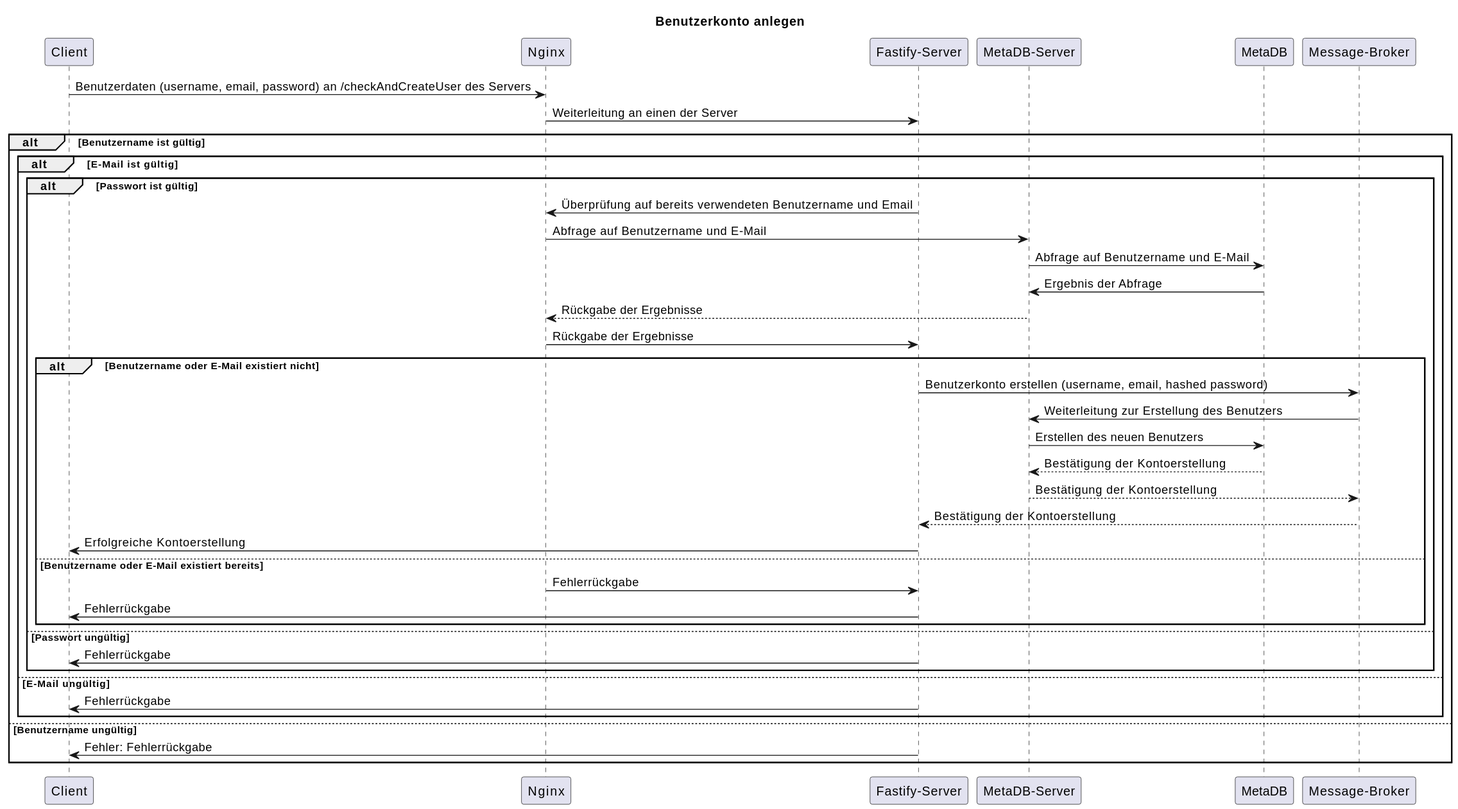
Before: documentation/create-account-sequence.svg, a diagram exported from PlantUML (TH-Projects/FileNest). The source it was exported from:
```plantuml
@startuml
title Benutzerkonto anlegen

participant "Client" as Client
participant "Nginx" as Nginx
participant "Fastify-Server" as Server
participant "MetaDB-Server" as MetaDBServer
participant "MetaDB" as MetaDB
participant "Message-Broker" as Broker

Client -> Nginx: Benutzerdaten (username, email, password) an /checkAndCreateUser des Servers
Nginx -> Server: Weiterleitung an einen der Server

alt Benutzername ist gültig
    alt E-Mail ist gültig
        alt Passwort ist gültig
            Server -> Nginx: Überprüfung auf bereits verwendeten Benutzername und Email
            Nginx -> MetaDBServer: Abfrage auf Benutzername und E-Mail
            MetaDBServer -> MetaDB: Abfrage auf Benutzername und E-Mail
            MetaDB -> MetaDBServer: Ergebnis der Abfrage
            MetaDBServer --> Nginx: Rückgabe der Ergebnisse
            Nginx -> Server: Rückgabe der Ergebnisse

            alt Benutzername oder E-Mail existiert nicht
                Server -> Broker: Benutzerkonto erstellen (username, email, hashed password)
                Broker -> MetaDBServer: Weiterleitung zur Erstellung des Benutzers
                MetaDBServer -> MetaDB: Erstellen des neuen Benutzers
                MetaDB --> MetaDBServer: Bestätigung der Kontoerstellung
                MetaDBServer --> Broker: Bestätigung der Kontoerstellung
                Broker --> Server: Bestätigung der Kontoerstellung

                Server -> Client: Erfolgreiche Kontoerstellung
            else Benutzername oder E-Mail existiert bereits
                Nginx -> Server: Fehlerrückgabe
                Server -> Client: Fehlerrückgabe
            end
        else Passwort ungültig
            Server -> Client: Fehlerrückgabe
        end
    else E-Mail ungültig
        Server -> Client: Fehlerrückgabe
    end
else Benutzername ungültig
    Server -> Client: Fehler: Fehlerrückgabe
end
@enduml
```
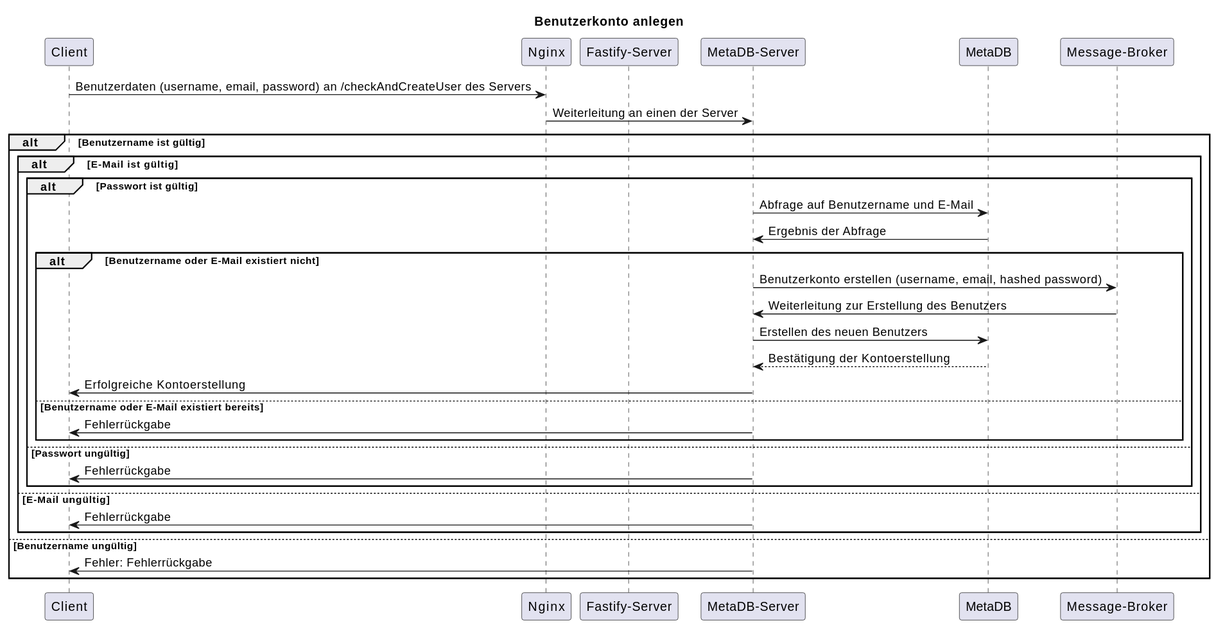
The same diagram one commit later.

Commit message:
Updated sequence diagramms

Change to the diagram source:
```diff
@@ -9,38 +9,30 @@
 participant "Message-Broker" as Broker
 
 Client -> Nginx: Benutzerdaten (username, email, password) an /checkAndCreateUser des Servers
-Nginx -> Server: Weiterleitung an einen der Server
+Nginx -> MetaDBServer: Weiterleitung an einen der Server
 
 alt Benutzername ist gültig
     alt E-Mail ist gültig
         alt Passwort ist gültig
-            Server -> Nginx: Überprüfung auf bereits verwendeten Benutzername und Email
-            Nginx -> MetaDBServer: Abfrage auf Benutzername und E-Mail
             MetaDBServer -> MetaDB: Abfrage auf Benutzername und E-Mail
             MetaDB -> MetaDBServer: Ergebnis der Abfrage
-            MetaDBServer --> Nginx: Rückgabe der Ergebnisse
-            Nginx -> Server: Rückgabe der Ergebnisse
 
             alt Benutzername oder E-Mail existiert nicht
-                Server -> Broker: Benutzerkonto erstellen (username, email, hashed password)
+                MetaDBServer -> Broker: Benutzerkonto erstellen (username, email, hashed password)
                 Broker -> MetaDBServer: Weiterleitung zur Erstellung des Benutzers
                 MetaDBServer -> MetaDB: Erstellen des neuen Benutzers
                 MetaDB --> MetaDBServer: Bestätigung der Kontoerstellung
-                MetaDBServer --> Broker: Bestätigung der Kontoerstellung
-                Broker --> Server: Bestätigung der Kontoerstellung
-
-                Server -> Client: Erfolgreiche Kontoerstellung
+                MetaDBServer -> Client: Erfolgreiche Kontoerstellung
             else Benutzername oder E-Mail existiert bereits
-                Nginx -> Server: Fehlerrückgabe
-                Server -> Client: Fehlerrückgabe
+                MetaDBServer -> Client: Fehlerrückgabe
             end
         else Passwort ungültig
-            Server -> Client: Fehlerrückgabe
+            MetaDBServer -> Client: Fehlerrückgabe
         end
     else E-Mail ungültig
-        Server -> Client: Fehlerrückgabe
+        MetaDBServer -> Client: Fehlerrückgabe
     end
 else Benutzername ungültig
-    Server -> Client: Fehler: Fehlerrückgabe
+    MetaDBServer -> Client: Fehler: Fehlerrückgabe
 end
 @enduml
```
